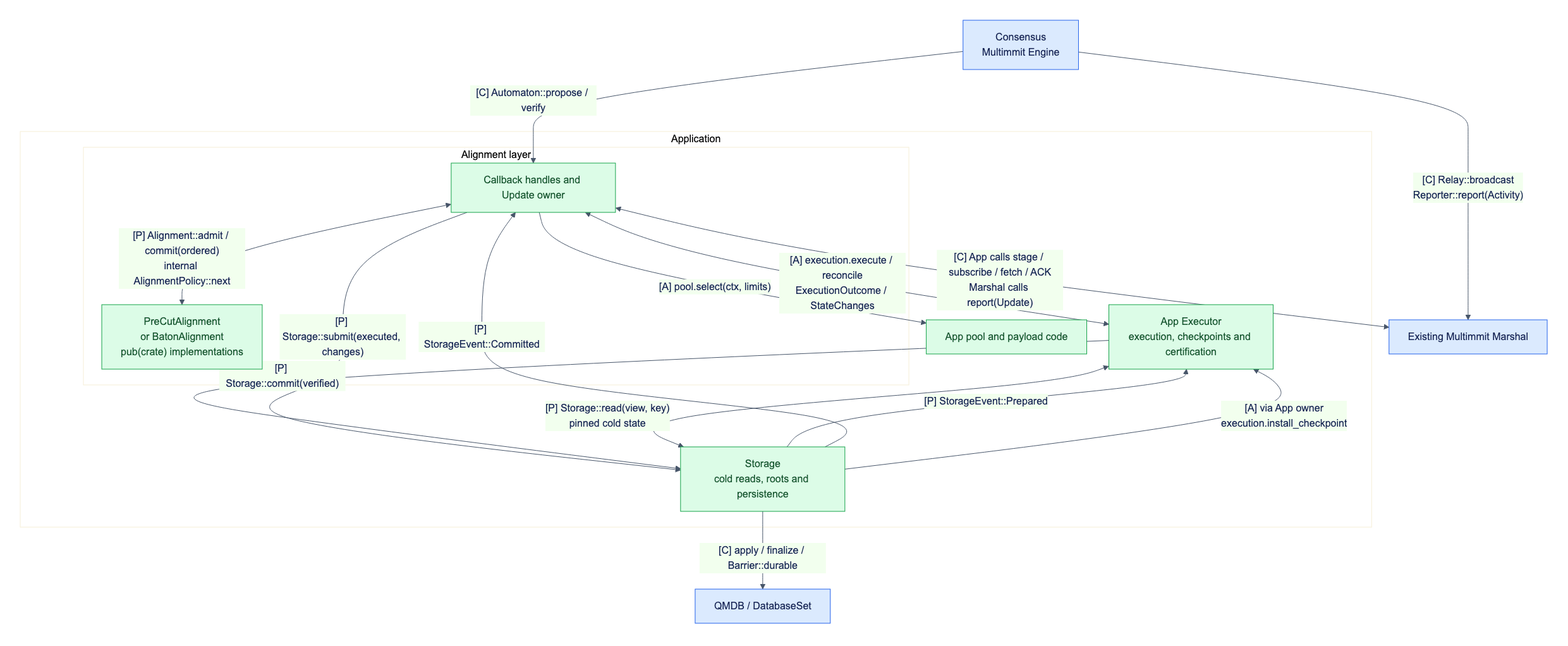
Before: docs/assets/diagrams/diagram-01.png, a diagram exported from Mermaid (djm07073/baton). Its source is kept beside it as docs/assets/diagrams/diagram-01.mmd.
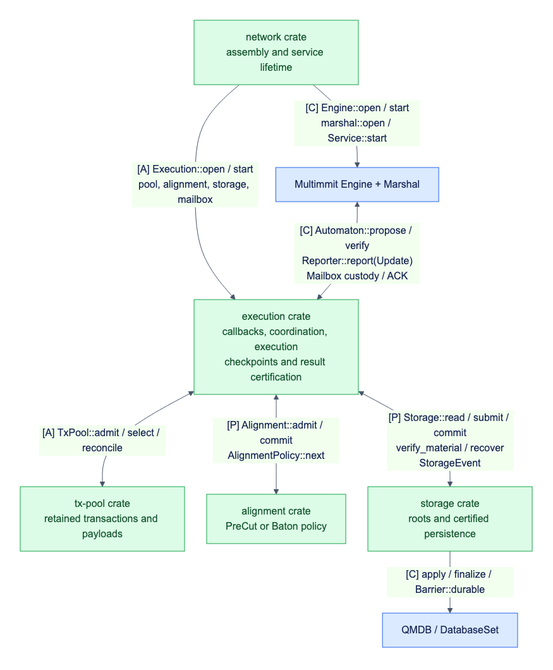
After the change.

The edit, as a diff of the source:
```diff
@@ -1,26 +1,12 @@
 flowchart TB
-    N["Consensus<br/>Multimmit Engine"] -->|"[C] Automaton::propose / verify"| M
-    N -->|"[C] Relay::broadcast<br/>Reporter::report(Activity)"| R["Existing Multimmit Marshal"]
-    M <-->|"[C] App calls stage / subscribe / fetch / ACK<br/>Marshal calls report(Update)"| R
-    subgraph APP["Application"]
-        subgraph MW["Alignment layer"]
-            M["Callback handles and Update owner"]
-            M <-->|"[P] Alignment::admit / commit(ordered)<br/>internal AlignmentPolicy::next"| S["PreCutAlignment<br/>or BatonAlignment<br/>pub(crate) implementations"]
-        end
-        P["App pool and payload code"]
-        E["App Executor<br/>execution, checkpoints and certification"]
-        C["Storage<br/>cold reads, roots and persistence"]
-        M -->|"[A] pool.select(ctx, limits)"| P
-        M <-->|"[A] execution.execute / reconcile<br/>ExecutionOutcome / StateChanges"| E
-        M -->|"[P] Storage::submit(executed, changes)"| C
-        C -->|"[P] StorageEvent::Prepared"| E
-        E -->|"[P] Storage::commit(verified)"| C
-        C -->|"[P] StorageEvent::Committed"| M
-        E <-->|"[P] Storage::read(view, key)<br/>pinned cold state"| C
-        C -->|"[A] via App owner<br/>execution.install_checkpoint"| E
-    end
-    C -->|"[C] apply / finalize / Barrier::durable"| Q["QMDB / DatabaseSet"]
+    W["network crate<br/>assembly and service lifetime"] -->|"[C] Engine::open / start<br/>marshal::open / Service::start"| N["Multimmit Engine + Marshal"]
+    W -->|"[A] Execution::open / start<br/>pool, alignment, storage, mailbox"| E
+    N <-->|"[C] Automaton::propose / verify<br/>Reporter::report(Update)<br/>Mailbox custody / ACK"| E["execution crate<br/>callbacks, coordination, execution<br/>checkpoints and result certification"]
+    E <-->|"[A] TxPool::admit / select / reconcile"| P["tx-pool crate<br/>retained transactions and payloads"]
+    E <-->|"[P] Alignment::admit / commit<br/>AlignmentPolicy::next"| A["alignment crate<br/>PreCut or Baton policy"]
+    E <-->|"[P] Storage::read / submit / commit<br/>verify_material / recover<br/>StorageEvent"| S["storage crate<br/>roots and certified persistence"]
+    S -->|"[C] apply / finalize / Barrier::durable"| Q["QMDB / DatabaseSet"]
     classDef reuse fill:#dbeafe,stroke:#2563eb,color:#172554;
     classDef app fill:#dcfce7,stroke:#16a34a,color:#14532d;
-    class N,R,Q reuse;
-    class M,S,P,E,C app;
+    class N,Q reuse;
+    class W,E,P,A,S app;
```
